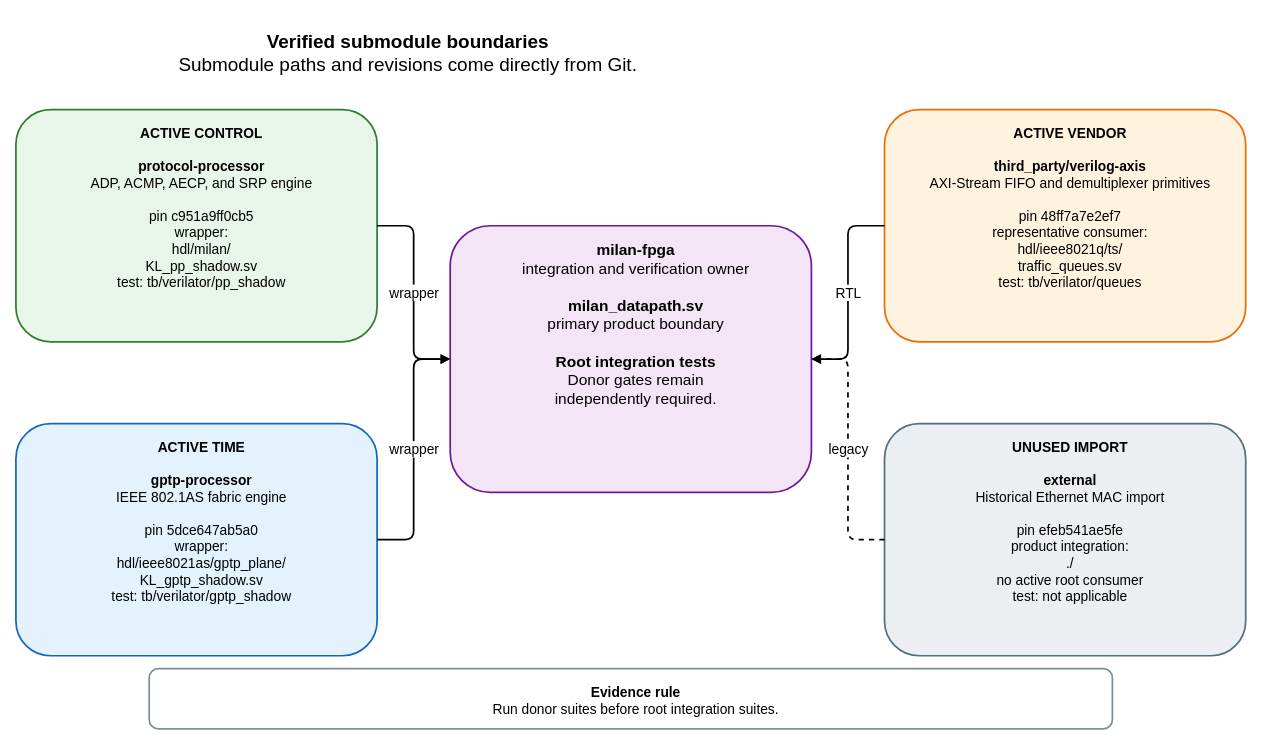
The draw.io diagram docs/diagrams/submodule_boundaries.drawio in kebag-logic/milan-fpga, before the edit. Source tidied: cells renumbered, new cells numbered last; positions are measured from the earlier drawing's top-left corner, leaving out a move shared by most shapes. Both pictures are drawn from the tidied source at 86%, with x=0, y=0 at pixel (15, 15).
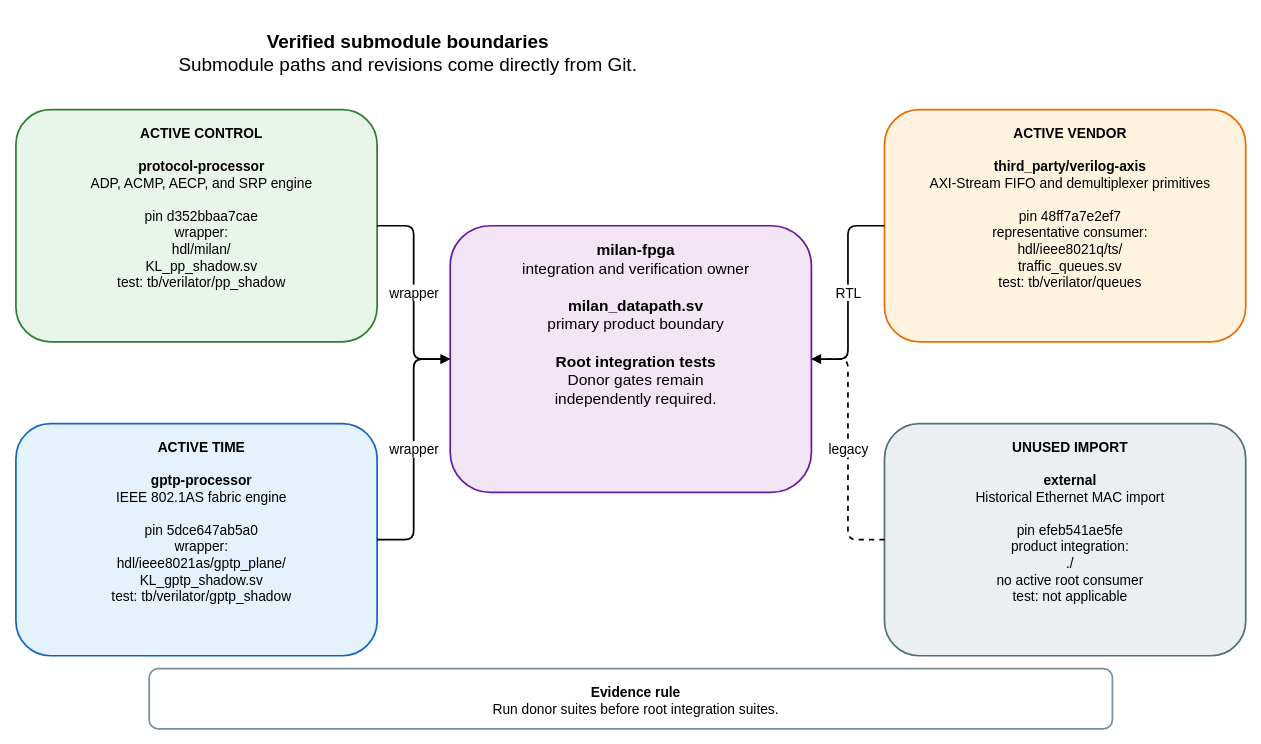
After the change.

Commit message (it also covers changes not shown here):
Pin the protocol processor at d352bbaa and re-record its ROM digests and boundary diagram

Change to the diagram source:
```diff
@@
 <mxGraphModel>
   <root>
     <mxCell id="0" />
     <mxCell id="1" parent="0" />
     <mxCell id="2" value="&lt;b&gt;Verified submodule boundaries&lt;/b&gt;&lt;br&gt;Submodule paths and revisions come directly from Git." style="rounded=1;whiteSpace=wrap;html=1;verticalAlign=top;spacingTop=12;spacingLeft=12;fontSize=22;fontFamily=Helvetica;fillColor=none;strokeColor=none;strokeWidth=2;" parent="1" vertex="1">
       <mxGeometry width="900" height="65" as="geometry" />
     </mxCell>
     <mxCell id="3" value="&lt;b&gt;milan-fpga&lt;/b&gt;&lt;br&gt;integration and verification owner&lt;br&gt;&lt;br&gt;&lt;b&gt;milan_datapath.sv&lt;/b&gt;&lt;br&gt;primary product boundary&lt;br&gt;&lt;br&gt;&lt;b&gt;Root integration tests&lt;/b&gt;&lt;br&gt;Donor gates remain&lt;br&gt;independently required." style="rounded=1;whiteSpace=wrap;html=1;verticalAlign=top;spacingTop=12;spacingLeft=12;fontSize=18;fontFamily=Helvetica;fillColor=#F3E5F5;strokeColor=#6A1B9A;strokeWidth=2;" parent="1" vertex="1">
       <mxGeometry x="505" y="245" width="420" height="310" as="geometry" />
     </mxCell>
-    <mxCell id="4" value="&lt;b&gt;ACTIVE CONTROL&lt;/b&gt;&lt;br&gt;&lt;br&gt;&lt;b&gt;protocol-processor&lt;/b&gt;&lt;br&gt;ADP, ACMP, AECP, and SRP engine&lt;br&gt;&lt;br&gt;pin c951a9ff0cb5&lt;br&gt;wrapper:&lt;br&gt;hdl/milan/&lt;br&gt;KL_pp_shadow.sv&lt;br&gt;test: tb/verilator/pp_shadow" style="rounded=1;whiteSpace=wrap;html=1;verticalAlign=top;spacingTop=12;spacingLeft=12;fontSize=16;fontFamily=Helvetica;fillColor=#E8F5E9;strokeColor=#2E7D32;strokeWidth=2;" parent="1" vertex="1">
+    <mxCell id="4" value="&lt;b&gt;ACTIVE CONTROL&lt;/b&gt;&lt;br&gt;&lt;br&gt;&lt;b&gt;protocol-processor&lt;/b&gt;&lt;br&gt;ADP, ACMP, AECP, and SRP engine&lt;br&gt;&lt;br&gt;pin d352bbaa7cae&lt;br&gt;wrapper:&lt;br&gt;hdl/milan/&lt;br&gt;KL_pp_shadow.sv&lt;br&gt;test: tb/verilator/pp_shadow" style="rounded=1;whiteSpace=wrap;html=1;verticalAlign=top;spacingTop=12;spacingLeft=12;fontSize=16;fontFamily=Helvetica;fillColor=#E8F5E9;strokeColor=#2E7D32;strokeWidth=2;" parent="1" vertex="1">
       <mxGeometry y="110" width="420" height="270" as="geometry" />
     </mxCell>
     <mxCell id="5" value="&lt;b&gt;ACTIVE TIME&lt;/b&gt;&lt;br&gt;&lt;br&gt;&lt;b&gt;gptp-processor&lt;/b&gt;&lt;br&gt;IEEE 802.1AS fabric engine&lt;br&gt;&lt;br&gt;pin 5dce647ab5a0&lt;br&gt;wrapper:&lt;br&gt;hdl/ieee8021as/gptp_plane/&lt;br&gt;KL_gptp_shadow.sv&lt;br&gt;test: tb/verilator/gptp_shadow" style="rounded=1;whiteSpace=wrap;html=1;verticalAlign=top;spacingTop=12;spacingLeft=12;fontSize=16;fontFamily=Helvetica;fillColor=#E3F2FD;strokeColor=#1565C0;strokeWidth=2;" parent="1" vertex="1">
       <mxGeometry y="475" width="420" height="270" as="geometry" />
     </mxCell>
     <mxCell id="6" value="&lt;b&gt;ACTIVE VENDOR&lt;/b&gt;&lt;br&gt;&lt;br&gt;&lt;b&gt;third_party/verilog-axis&lt;/b&gt;&lt;br&gt;AXI-Stream FIFO and demultiplexer primitives&lt;br&gt;&lt;br&gt;pin 48ff7a7e2ef7&lt;br&gt;representative consumer:&lt;br&gt;hdl/ieee8021q/ts/&lt;br&gt;traffic_queues.sv&lt;br&gt;test: tb/verilator/queues" style="rounded=1;whiteSpace=wrap;html=1;verticalAlign=top;spacingTop=12;spacingLeft=12;fontSize=16;fontFamily=Helvetica;fillColor=#FFF3E0;strokeColor=#EF6C00;strokeWidth=2;" parent="1" vertex="1">
       <mxGeometry x="1010" y="110" width="420" height="270" as="geometry" />
     </mxCell>
     <mxCell id="7" value="&lt;b&gt;UNUSED IMPORT&lt;/b&gt;&lt;br&gt;&lt;br&gt;&lt;b&gt;external&lt;/b&gt;&lt;br&gt;Historical Ethernet MAC import&lt;br&gt;&lt;br&gt;pin efeb541ae5fe&lt;br&gt;product integration:&lt;br&gt;./&lt;br&gt;no active root consumer&lt;br&gt;test: not applicable" style="rounded=1;whiteSpace=wrap;html=1;verticalAlign=top;spacingTop=12;spacingLeft=12;fontSize=16;fontFamily=Helvetica;fillColor=#ECEFF1;strokeColor=#546E7A;strokeWidth=2;" parent="1" vertex="1">
       <mxGeometry x="1010" y="475" width="420" height="270" as="geometry" />
     </mxCell>
     <mxCell id="8" value="wrapper" style="edgeStyle=orthogonalEdgeStyle;rounded=1;jettySize=auto;html=1;endArrow=block;endFill=1;strokeWidth=2;fontSize=16;fontFamily=Helvetica;labelBackgroundColor=#FFFFFF;" parent="1" edge="1" source="4" target="3">
       <mxGeometry relative="1" as="geometry" />
     </mxCell>
     <mxCell id="9" value="wrapper" style="edgeStyle=orthogonalEdgeStyle;rounded=1;jettySize=auto;html=1;endArrow=block;endFill=1;strokeWidth=2;fontSize=16;fontFamily=Helvetica;labelBackgroundColor=#FFFFFF;" parent="1" edge="1" source="5" target="3">
       <mxGeometry relative="1" as="geometry" />
     </mxCell>
     <mxCell id="10" value="RTL" style="edgeStyle=orthogonalEdgeStyle;rounded=1;jettySize=auto;html=1;endArrow=block;endFill=1;strokeWidth=2;fontSize=16;fontFamily=Helvetica;labelBackgroundColor=#FFFFFF;" parent="1" edge="1" source="6" target="3">
       <mxGeometry relative="1" as="geometry" />
     </mxCell>
     <mxCell id="11" value="legacy" style="edgeStyle=orthogonalEdgeStyle;rounded=1;jettySize=auto;html=1;endArrow=block;endFill=1;strokeWidth=2;fontSize=16;fontFamily=Helvetica;labelBackgroundColor=#FFFFFF;dashed=1;" parent="1" edge="1" source="7" target="3">
       <mxGeometry relative="1" as="geometry" />
     </mxCell>
     <mxCell id="12" value="&lt;b&gt;Evidence rule&lt;/b&gt;&lt;br&gt;Run donor suites before root integration suites." style="rounded=1;whiteSpace=wrap;html=1;verticalAlign=top;spacingTop=12;spacingLeft=12;fontSize=16;fontFamily=Helvetica;fillColor=#FFFFFF;strokeColor=#78909C;strokeWidth=2;" parent="1" vertex="1">
       <mxGeometry x="155" y="760" width="1120" height="70" as="geometry" />
     </mxCell>
   </root>
 </mxGraphModel>
```
